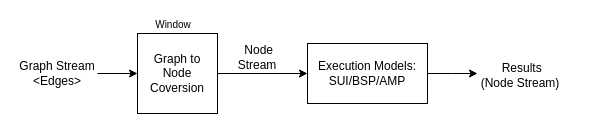
Above: page "Execution Models" (1 of 5) of All execution models.drawio in komzy/FlinkPregelPaper (draw.io), before the change. Source tidied: cells renumbered, new cells numbered last; positions are measured from the earlier drawing's top-left corner, leaving out a move shared by most shapes. Both pictures are drawn from the tidied source at 100%, with x=0, y=0 at pixel (17, 19).
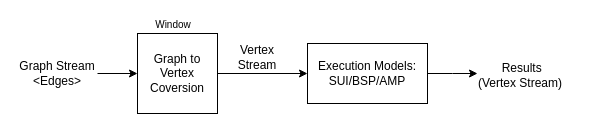
The same page after the edit.

Change to the diagram source:
```diff
@@
 <mxGraphModel>
   <root>
     <mxCell id="0" />
     <mxCell id="1" parent="0" />
     <mxCell id="2" style="edgeStyle=orthogonalEdgeStyle;rounded=0;jettySize=auto;html=1;" parent="1" edge="1" source="3" target="5">
       <mxGeometry relative="1" as="geometry" />
     </mxCell>
-    <mxCell id="3" value="Graph to Node Coversion" style="whiteSpace=wrap;html=1;" parent="1" vertex="1">
+    <mxCell id="3" value="Graph to Vertex Coversion" style="whiteSpace=wrap;html=1;" parent="1" vertex="1">
       <mxGeometry x="120" y="14" width="80" height="80" as="geometry" />
     </mxCell>
     <mxCell id="4" style="edgeStyle=orthogonalEdgeStyle;rounded=0;jettySize=auto;html=1;" parent="1" edge="1" source="5">
       <mxGeometry relative="1" as="geometry">
         <mxPoint x="460" y="54" as="targetPoint" />
       </mxGeometry>
     </mxCell>
     <mxCell id="5" value="Execution Models:&lt;div&gt;SUI/BSP/AMP&lt;/div&gt;" style="rounded=0;whiteSpace=wrap;html=1;" parent="1" vertex="1">
       <mxGeometry x="290" y="24" width="120" height="60" as="geometry" />
     </mxCell>
-    <mxCell id="6" value="&amp;nbsp;Node Stream" style="text;html=1;whiteSpace=wrap;strokeColor=none;fillColor=none;align=center;verticalAlign=middle;rounded=0;" parent="1" vertex="1">
+    <mxCell id="6" value="Vertex Stream" style="text;html=1;whiteSpace=wrap;strokeColor=none;fillColor=none;align=center;verticalAlign=middle;rounded=0;" parent="1" vertex="1">
       <mxGeometry x="210" y="23" width="60" height="30" as="geometry" />
     </mxCell>
     <mxCell id="7" style="edgeStyle=orthogonalEdgeStyle;rounded=0;jettySize=auto;html=1;" parent="1" edge="1" source="8" target="3">
       <mxGeometry relative="1" as="geometry" />
     </mxCell>
     <mxCell id="8" value="Graph Stream&lt;div&gt;&amp;lt;Edges&amp;gt;&lt;/div&gt;" style="text;html=1;whiteSpace=wrap;strokeColor=none;fillColor=none;align=center;verticalAlign=middle;rounded=0;" parent="1" vertex="1">
       <mxGeometry y="34" width="80" height="40" as="geometry" />
     </mxCell>
     <mxCell id="9" value="&lt;font style=&quot;font-size: 10px;&quot;&gt;Window&lt;/font&gt;" style="text;html=1;whiteSpace=wrap;strokeColor=none;fillColor=none;align=center;verticalAlign=middle;rounded=0;" parent="1" vertex="1">
       <mxGeometry x="129" width="54" height="10" as="geometry" />
     </mxCell>
-    <mxCell id="10" value="&amp;nbsp;Results&lt;div&gt;(Node Stream)&lt;/div&gt;" style="text;html=1;whiteSpace=wrap;strokeColor=none;fillColor=none;align=center;verticalAlign=middle;rounded=0;" parent="1" vertex="1">
+    <mxCell id="10" value="&amp;nbsp;Results&lt;div&gt;(Vertex Stream)&lt;/div&gt;" style="text;html=1;whiteSpace=wrap;strokeColor=none;fillColor=none;align=center;verticalAlign=middle;rounded=0;" parent="1" vertex="1">
       <mxGeometry x="448" y="36" width="110" height="40" as="geometry" />
     </mxCell>
   </root>
 </mxGraphModel>
```
